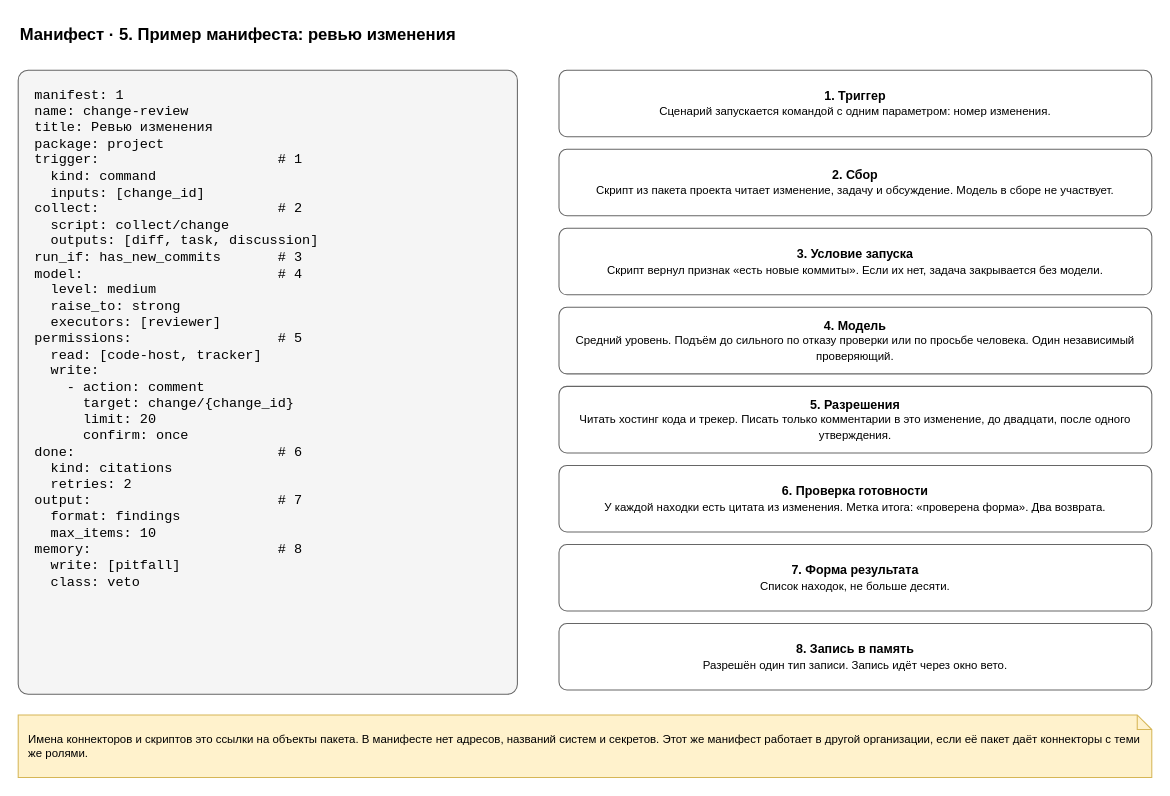
roygkov/reins keeps this draw.io diagram as page "5. Пример" (5 of 7) of docs/spec/harness-manifest.drawio. Above is the earlier version. Source tidied: cells renumbered, new cells numbered last; positions are measured from the earlier drawing's top-left corner, leaving out a move shared by most shapes. Both pictures are drawn from the tidied source at 104%, with x=0, y=0 at pixel (18, 18).
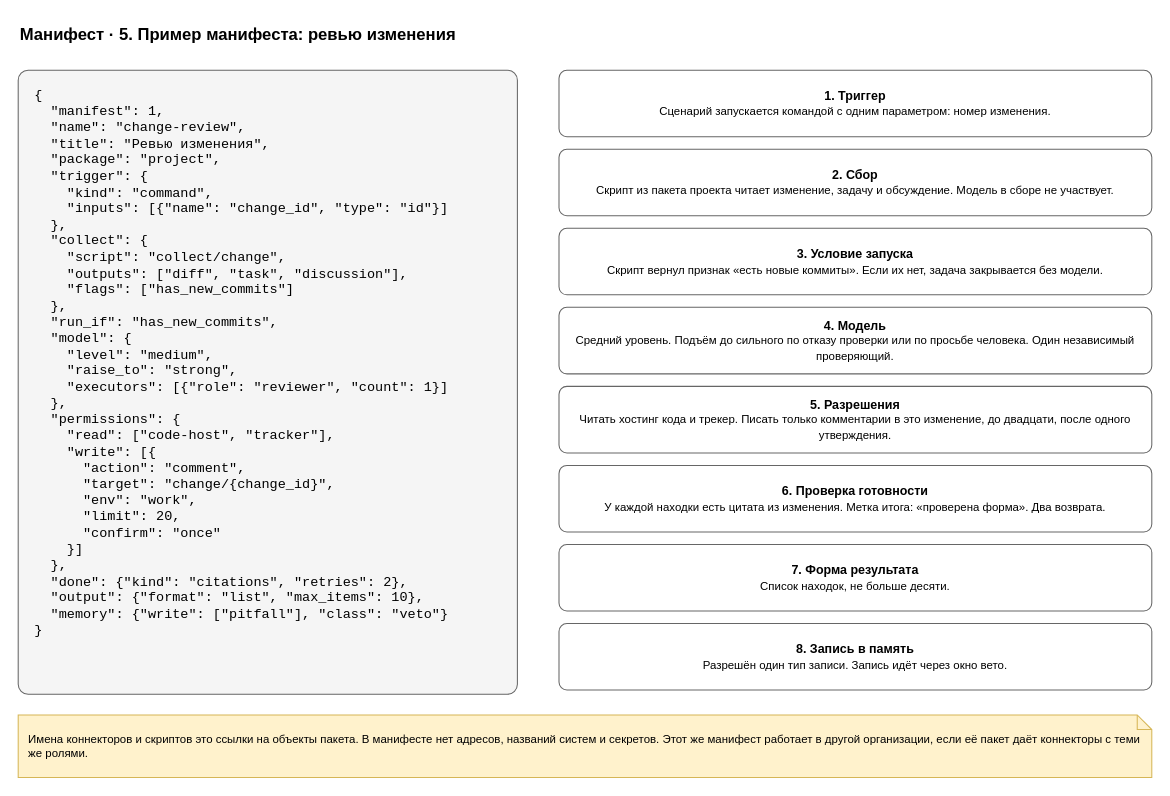
The same diagram, later.

Diff of the diagram source:
```diff
@@
 <mxGraphModel>
   <root>
     <mxCell id="0" />
     <mxCell id="1" parent="0" />
     <mxCell id="2" value="Манифест · 5. Пример манифеста: ревью изменения" style="text;html=1;align=left;verticalAlign=middle;whiteSpace=wrap;fontSize=16;strokeColor=none;fillColor=none;fontStyle=1;" parent="1" vertex="1">
       <mxGeometry width="900" height="30" as="geometry" />
     </mxCell>
-    <mxCell id="3" value="manifest:&amp;nbsp;1&lt;br&gt;name:&amp;nbsp;change-review&lt;br&gt;title:&amp;nbsp;Ревью&amp;nbsp;изменения&lt;br&gt;package:&amp;nbsp;project&lt;br&gt;trigger:&amp;nbsp;&amp;nbsp;&amp;nbsp;&amp;nbsp;&amp;nbsp;&amp;nbsp;&amp;nbsp;&amp;nbsp;&amp;nbsp;&amp;nbsp;&amp;nbsp;&amp;nbsp;&amp;nbsp;&amp;nbsp;&amp;nbsp;&amp;nbsp;&amp;nbsp;&amp;nbsp;&amp;nbsp;&amp;nbsp;&amp;nbsp;&amp;nbsp;#&amp;nbsp;1&lt;br&gt;&amp;nbsp;&amp;nbsp;kind:&amp;nbsp;command&lt;br&gt;&amp;nbsp;&amp;nbsp;inputs:&amp;nbsp;[change_id]&lt;br&gt;collect:&amp;nbsp;&amp;nbsp;&amp;nbsp;&amp;nbsp;&amp;nbsp;&amp;nbsp;&amp;nbsp;&amp;nbsp;&amp;nbsp;&amp;nbsp;&amp;nbsp;&amp;nbsp;&amp;nbsp;&amp;nbsp;&amp;nbsp;&amp;nbsp;&amp;nbsp;&amp;nbsp;&amp;nbsp;&amp;nbsp;&amp;nbsp;&amp;nbsp;#&amp;nbsp;2&lt;br&gt;&amp;nbsp;&amp;nbsp;script:&amp;nbsp;collect/change&lt;br&gt;&amp;nbsp;&amp;nbsp;outputs:&amp;nbsp;[diff,&amp;nbsp;task,&amp;nbsp;discussion]&lt;br&gt;run_if:&amp;nbsp;has_new_commits&amp;nbsp;&amp;nbsp;&amp;nbsp;&amp;nbsp;&amp;nbsp;&amp;nbsp;&amp;nbsp;#&amp;nbsp;3&lt;br&gt;model:&amp;nbsp;&amp;nbsp;&amp;nbsp;&amp;nbsp;&amp;nbsp;&amp;nbsp;&amp;nbsp;&amp;nbsp;&amp;nbsp;&amp;nbsp;&amp;nbsp;&amp;nbsp;&amp;nbsp;&amp;nbsp;&amp;nbsp;&amp;nbsp;&amp;nbsp;&amp;nbsp;&amp;nbsp;&amp;nbsp;&amp;nbsp;&amp;nbsp;&amp;nbsp;&amp;nbsp;#&amp;nbsp;4&lt;br&gt;&amp;nbsp;&amp;nbsp;level:&amp;nbsp;medium&lt;br&gt;&amp;nbsp;&amp;nbsp;raise_to:&amp;nbsp;strong&lt;br&gt;&amp;nbsp;&amp;nbsp;executors:&amp;nbsp;[reviewer]&lt;br&gt;permissions:&amp;nbsp;&amp;nbsp;&amp;nbsp;&amp;nbsp;&amp;nbsp;&amp;nbsp;&amp;nbsp;&amp;nbsp;&amp;nbsp;&amp;nbsp;&amp;nbsp;&amp;nbsp;&amp;nbsp;&amp;nbsp;&amp;nbsp;&amp;nbsp;&amp;nbsp;&amp;nbsp;#&amp;nbsp;5&lt;br&gt;&amp;nbsp;&amp;nbsp;read:&amp;nbsp;[code-host,&amp;nbsp;tracker]&lt;br&gt;&amp;nbsp;&amp;nbsp;write:&lt;br&gt;&amp;nbsp;&amp;nbsp;&amp;nbsp;&amp;nbsp;-&amp;nbsp;action:&amp;nbsp;comment&lt;br&gt;&amp;nbsp;&amp;nbsp;&amp;nbsp;&amp;nbsp;&amp;nbsp;&amp;nbsp;target:&amp;nbsp;change/{change_id}&lt;br&gt;&amp;nbsp;&amp;nbsp;&amp;nbsp;&amp;nbsp;&amp;nbsp;&amp;nbsp;limit:&amp;nbsp;20&lt;br&gt;&amp;nbsp;&amp;nbsp;&amp;nbsp;&amp;nbsp;&amp;nbsp;&amp;nbsp;confirm:&amp;nbsp;once&lt;br&gt;done:&amp;nbsp;&amp;nbsp;&amp;nbsp;&amp;nbsp;&amp;nbsp;&amp;nbsp;&amp;nbsp;&amp;nbsp;&amp;nbsp;&amp;nbsp;&amp;nbsp;&amp;nbsp;&amp;nbsp;&amp;nbsp;&amp;nbsp;&amp;nbsp;&amp;nbsp;&amp;nbsp;&amp;nbsp;&amp;nbsp;&amp;nbsp;&amp;nbsp;&amp;nbsp;&amp;nbsp;&amp;nbsp;#&amp;nbsp;6&lt;br&gt;&amp;nbsp;&amp;nbsp;kind:&amp;nbsp;citations&lt;br&gt;&amp;nbsp;&amp;nbsp;retries:&amp;nbsp;2&lt;br&gt;output:&amp;nbsp;&amp;nbsp;&amp;nbsp;&amp;nbsp;&amp;nbsp;&amp;nbsp;&amp;nbsp;&amp;nbsp;&amp;nbsp;&amp;nbsp;&amp;nbsp;&amp;nbsp;&amp;nbsp;&amp;nbsp;&amp;nbsp;&amp;nbsp;&amp;nbsp;&amp;nbsp;&amp;nbsp;&amp;nbsp;&amp;nbsp;&amp;nbsp;&amp;nbsp;#&amp;nbsp;7&lt;br&gt;&amp;nbsp;&amp;nbsp;format:&amp;nbsp;findings&lt;br&gt;&amp;nbsp;&amp;nbsp;max_items:&amp;nbsp;10&lt;br&gt;memory:&amp;nbsp;&amp;nbsp;&amp;nbsp;&amp;nbsp;&amp;nbsp;&amp;nbsp;&amp;nbsp;&amp;nbsp;&amp;nbsp;&amp;nbsp;&amp;nbsp;&amp;nbsp;&amp;nbsp;&amp;nbsp;&amp;nbsp;&amp;nbsp;&amp;nbsp;&amp;nbsp;&amp;nbsp;&amp;nbsp;&amp;nbsp;&amp;nbsp;&amp;nbsp;#&amp;nbsp;8&lt;br&gt;&amp;nbsp;&amp;nbsp;write:&amp;nbsp;[pitfall]&lt;br&gt;&amp;nbsp;&amp;nbsp;class:&amp;nbsp;veto" style="rounded=1;whiteSpace=wrap;html=1;fillColor=#f5f5f5;strokeColor=#666666;arcSize=2;align=left;verticalAlign=top;spacingLeft=14;spacingTop=10;fontFamily=Courier New;fontSize=13;" parent="1" vertex="1">
+    <mxCell id="3" value="{&lt;br&gt;&amp;nbsp;&amp;nbsp;&quot;manifest&quot;:&amp;nbsp;1,&lt;br&gt;&amp;nbsp;&amp;nbsp;&quot;name&quot;:&amp;nbsp;&quot;change-review&quot;,&lt;br&gt;&amp;nbsp;&amp;nbsp;&quot;title&quot;:&amp;nbsp;&quot;Ревью&amp;nbsp;изменения&quot;,&lt;br&gt;&amp;nbsp;&amp;nbsp;&quot;package&quot;:&amp;nbsp;&quot;project&quot;,&lt;br&gt;&amp;nbsp;&amp;nbsp;&quot;trigger&quot;:&amp;nbsp;{&lt;br&gt;&amp;nbsp;&amp;nbsp;&amp;nbsp;&amp;nbsp;&quot;kind&quot;:&amp;nbsp;&quot;command&quot;,&lt;br&gt;&amp;nbsp;&amp;nbsp;&amp;nbsp;&amp;nbsp;&quot;inputs&quot;:&amp;nbsp;[{&quot;name&quot;:&amp;nbsp;&quot;change_id&quot;,&amp;nbsp;&quot;type&quot;:&amp;nbsp;&quot;id&quot;}]&lt;br&gt;&amp;nbsp;&amp;nbsp;},&lt;br&gt;&amp;nbsp;&amp;nbsp;&quot;collect&quot;:&amp;nbsp;{&lt;br&gt;&amp;nbsp;&amp;nbsp;&amp;nbsp;&amp;nbsp;&quot;script&quot;:&amp;nbsp;&quot;collect/change&quot;,&lt;br&gt;&amp;nbsp;&amp;nbsp;&amp;nbsp;&amp;nbsp;&quot;outputs&quot;:&amp;nbsp;[&quot;diff&quot;,&amp;nbsp;&quot;task&quot;,&amp;nbsp;&quot;discussion&quot;],&lt;br&gt;&amp;nbsp;&amp;nbsp;&amp;nbsp;&amp;nbsp;&quot;flags&quot;:&amp;nbsp;[&quot;has_new_commits&quot;]&lt;br&gt;&amp;nbsp;&amp;nbsp;},&lt;br&gt;&amp;nbsp;&amp;nbsp;&quot;run_if&quot;:&amp;nbsp;&quot;has_new_commits&quot;,&lt;br&gt;&amp;nbsp;&amp;nbsp;&quot;model&quot;:&amp;nbsp;{&lt;br&gt;&amp;nbsp;&amp;nbsp;&amp;nbsp;&amp;nbsp;&quot;level&quot;:&amp;nbsp;&quot;medium&quot;,&lt;br&gt;&amp;nbsp;&amp;nbsp;&amp;nbsp;&amp;nbsp;&quot;raise_to&quot;:&amp;nbsp;&quot;strong&quot;,&lt;br&gt;&amp;nbsp;&amp;nbsp;&amp;nbsp;&amp;nbsp;&quot;executors&quot;:&amp;nbsp;[{&quot;role&quot;:&amp;nbsp;&quot;reviewer&quot;,&amp;nbsp;&quot;count&quot;:&amp;nbsp;1}]&lt;br&gt;&amp;nbsp;&amp;nbsp;},&lt;br&gt;&amp;nbsp;&amp;nbsp;&quot;permissions&quot;:&amp;nbsp;{&lt;br&gt;&amp;nbsp;&amp;nbsp;&amp;nbsp;&amp;nbsp;&quot;read&quot;:&amp;nbsp;[&quot;code-host&quot;,&amp;nbsp;&quot;tracker&quot;],&lt;br&gt;&amp;nbsp;&amp;nbsp;&amp;nbsp;&amp;nbsp;&quot;write&quot;:&amp;nbsp;[{&lt;br&gt;&amp;nbsp;&amp;nbsp;&amp;nbsp;&amp;nbsp;&amp;nbsp;&amp;nbsp;&quot;action&quot;:&amp;nbsp;&quot;comment&quot;,&lt;br&gt;&amp;nbsp;&amp;nbsp;&amp;nbsp;&amp;nbsp;&amp;nbsp;&amp;nbsp;&quot;target&quot;:&amp;nbsp;&quot;change/{change_id}&quot;,&lt;br&gt;&amp;nbsp;&amp;nbsp;&amp;nbsp;&amp;nbsp;&amp;nbsp;&amp;nbsp;&quot;env&quot;:&amp;nbsp;&quot;work&quot;,&lt;br&gt;&amp;nbsp;&amp;nbsp;&amp;nbsp;&amp;nbsp;&amp;nbsp;&amp;nbsp;&quot;limit&quot;:&amp;nbsp;20,&lt;br&gt;&amp;nbsp;&amp;nbsp;&amp;nbsp;&amp;nbsp;&amp;nbsp;&amp;nbsp;&quot;confirm&quot;:&amp;nbsp;&quot;once&quot;&lt;br&gt;&amp;nbsp;&amp;nbsp;&amp;nbsp;&amp;nbsp;}]&lt;br&gt;&amp;nbsp;&amp;nbsp;},&lt;br&gt;&amp;nbsp;&amp;nbsp;&quot;done&quot;:&amp;nbsp;{&quot;kind&quot;:&amp;nbsp;&quot;citations&quot;,&amp;nbsp;&quot;retries&quot;:&amp;nbsp;2},&lt;br&gt;&amp;nbsp;&amp;nbsp;&quot;output&quot;:&amp;nbsp;{&quot;format&quot;:&amp;nbsp;&quot;list&quot;,&amp;nbsp;&quot;max_items&quot;:&amp;nbsp;10},&lt;br&gt;&amp;nbsp;&amp;nbsp;&quot;memory&quot;:&amp;nbsp;{&quot;write&quot;:&amp;nbsp;[&quot;pitfall&quot;],&amp;nbsp;&quot;class&quot;:&amp;nbsp;&quot;veto&quot;}&lt;br&gt;}" style="rounded=1;whiteSpace=wrap;html=1;fillColor=#f5f5f5;strokeColor=#666666;arcSize=2;align=left;verticalAlign=top;spacingLeft=14;spacingTop=10;fontFamily=Courier New;fontSize=13;" parent="1" vertex="1">
       <mxGeometry y="50" width="480" height="600" as="geometry" />
     </mxCell>
     <mxCell id="4" value="&lt;b&gt;1. Триггер&lt;/b&gt;&lt;br&gt;&lt;font style=&quot;font-size:11px&quot;&gt;Сценарий запускается командой с одним параметром: номер изменения.&lt;/font&gt;" style="rounded=1;whiteSpace=wrap;html=1;fillColor=#ffffff;strokeColor=#666666;arcSize=12;" parent="1" vertex="1">
       <mxGeometry x="520" y="50" width="570" height="64" as="geometry" />
     </mxCell>
     <mxCell id="5" value="&lt;b&gt;2. Сбор&lt;/b&gt;&lt;br&gt;&lt;font style=&quot;font-size:11px&quot;&gt;Скрипт из пакета проекта читает изменение, задачу и обсуждение. Модель в сборе не участвует.&lt;/font&gt;" style="rounded=1;whiteSpace=wrap;html=1;fillColor=#ffffff;strokeColor=#666666;arcSize=12;" parent="1" vertex="1">
       <mxGeometry x="520" y="126" width="570" height="64" as="geometry" />
     </mxCell>
     <mxCell id="6" value="&lt;b&gt;3. Условие запуска&lt;/b&gt;&lt;br&gt;&lt;font style=&quot;font-size:11px&quot;&gt;Скрипт вернул признак «есть новые коммиты». Если их нет, задача закрывается без модели.&lt;/font&gt;" style="rounded=1;whiteSpace=wrap;html=1;fillColor=#ffffff;strokeColor=#666666;arcSize=12;" parent="1" vertex="1">
       <mxGeometry x="520" y="202" width="570" height="64" as="geometry" />
     </mxCell>
     <mxCell id="7" value="&lt;b&gt;4. Модель&lt;/b&gt;&lt;br&gt;&lt;font style=&quot;font-size:11px&quot;&gt;Средний уровень. Подъём до сильного по отказу проверки или по просьбе человека. Один независимый проверяющий.&lt;/font&gt;" style="rounded=1;whiteSpace=wrap;html=1;fillColor=#ffffff;strokeColor=#666666;arcSize=12;" parent="1" vertex="1">
       <mxGeometry x="520" y="278" width="570" height="64" as="geometry" />
     </mxCell>
     <mxCell id="8" value="&lt;b&gt;5. Разрешения&lt;/b&gt;&lt;br&gt;&lt;font style=&quot;font-size:11px&quot;&gt;Читать хостинг кода и трекер. Писать только комментарии в это изменение, до двадцати, после одного утверждения.&lt;/font&gt;" style="rounded=1;whiteSpace=wrap;html=1;fillColor=#ffffff;strokeColor=#666666;arcSize=12;" parent="1" vertex="1">
       <mxGeometry x="520" y="354" width="570" height="64" as="geometry" />
     </mxCell>
     <mxCell id="9" value="&lt;b&gt;6. Проверка готовности&lt;/b&gt;&lt;br&gt;&lt;font style=&quot;font-size:11px&quot;&gt;У каждой находки есть цитата из изменения. Метка итога: «проверена форма». Два возврата.&lt;/font&gt;" style="rounded=1;whiteSpace=wrap;html=1;fillColor=#ffffff;strokeColor=#666666;arcSize=12;" parent="1" vertex="1">
       <mxGeometry x="520" y="430" width="570" height="64" as="geometry" />
     </mxCell>
     <mxCell id="10" value="&lt;b&gt;7. Форма результата&lt;/b&gt;&lt;br&gt;&lt;font style=&quot;font-size:11px&quot;&gt;Список находок, не больше десяти.&lt;/font&gt;" style="rounded=1;whiteSpace=wrap;html=1;fillColor=#ffffff;strokeColor=#666666;arcSize=12;" parent="1" vertex="1">
       <mxGeometry x="520" y="506" width="570" height="64" as="geometry" />
     </mxCell>
     <mxCell id="11" value="&lt;b&gt;8. Запись в память&lt;/b&gt;&lt;br&gt;&lt;font style=&quot;font-size:11px&quot;&gt;Разрешён один тип записи. Запись идёт через окно вето.&lt;/font&gt;" style="rounded=1;whiteSpace=wrap;html=1;fillColor=#ffffff;strokeColor=#666666;arcSize=12;" parent="1" vertex="1">
       <mxGeometry x="520" y="582" width="570" height="64" as="geometry" />
     </mxCell>
     <mxCell id="12" value="Имена коннекторов и скриптов это ссылки на объекты пакета. В манифесте нет адресов, названий систем и секретов. Этот же манифест работает в другой организации, если её пакет даёт коннекторы с теми же ролями." style="shape=note;whiteSpace=wrap;html=1;backgroundOutline=1;size=14;fillColor=#fff2cc;strokeColor=#d6b656;align=left;spacingLeft=8;spacingRight=8;fontSize=11;" parent="1" vertex="1">
       <mxGeometry y="670" width="1090" height="60" as="geometry" />
     </mxCell>
   </root>
 </mxGraphModel>
```
